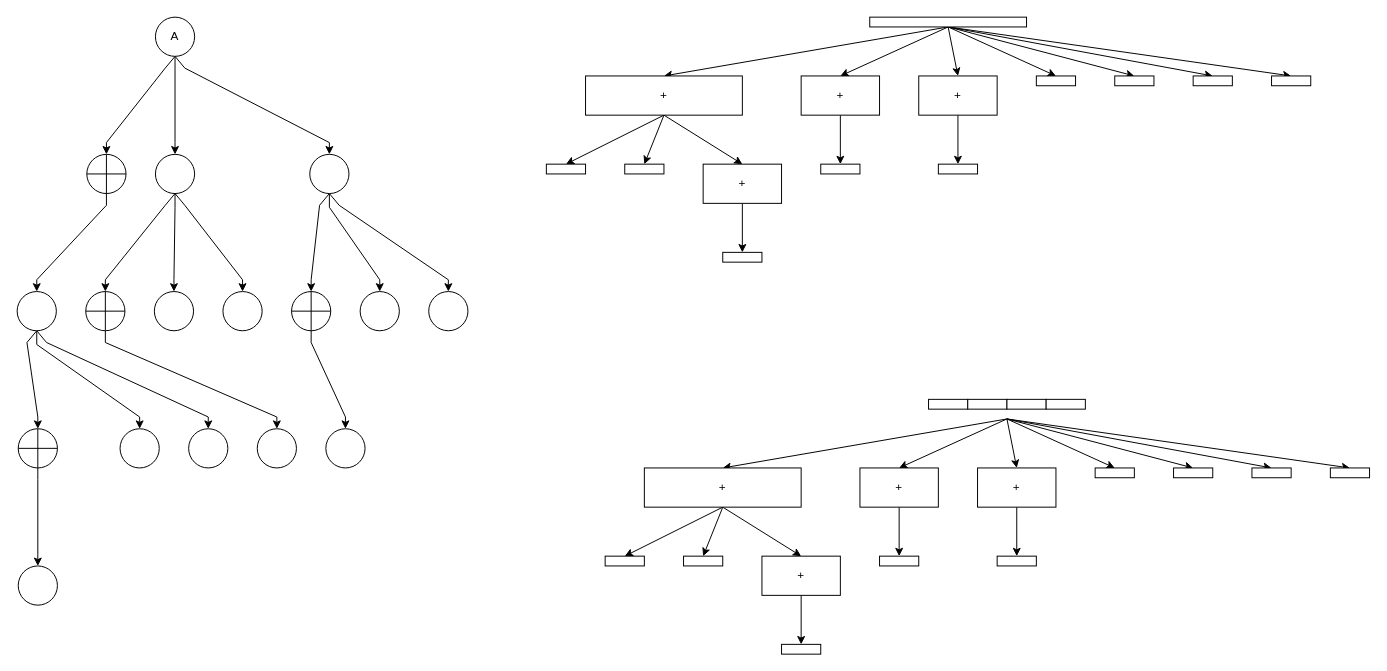
Before: page "前向优化1" (6 of 7) of karatsuba.drawio in RicardoNid/Drawio, a draw.io diagram. Source tidied: cells renumbered, new cells numbered last; positions are measured from the earlier drawing's top-left corner, leaving out a move shared by most shapes. Both pictures are drawn from the tidied source at 98%, with x=0, y=0 at pixel (17, 17).
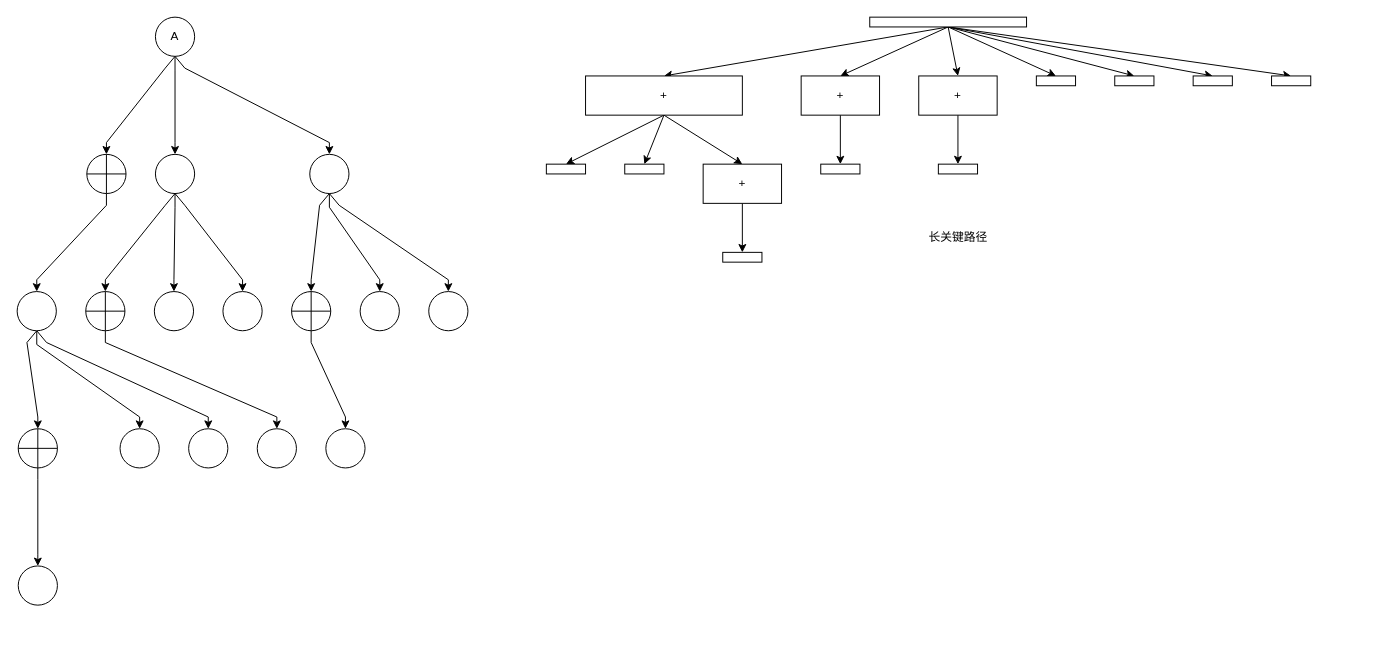
The same page after the edit.

Diff of the diagram source:
```diff
@@
     <mxCell id="56" style="rounded=0;whiteSpace=wrap;html=1;" parent="1" vertex="1">
-      <mxGeometry x="1200" y="60" width="40" height="10" as="geometry" />
+      <mxGeometry x="1280" y="60" width="40" height="10" as="geometry" />
     </mxCell>
@@
     <mxCell id="58" style="rounded=0;whiteSpace=wrap;html=1;" parent="1" vertex="1">
-      <mxGeometry x="1280" y="60" width="40" height="10" as="geometry" />
+      <mxGeometry x="1200" y="60" width="40" height="10" as="geometry" />
     </mxCell>
@@
-    <mxCell id="62" style="edgeStyle=orthogonalEdgeStyle;rounded=0;jettySize=auto;html=1;exitX=0.5;exitY=1;exitDx=0;exitDy=0;entryX=0.5;entryY=0;entryDx=0;entryDy=0;noEdgeStyle=1;orthogonal=1;" parent="1" edge="1" target="72">
-      <mxGeometry relative="1" as="geometry">
-        <mxPoint x="1010" y="410" as="sourcePoint" />
-      </mxGeometry>
-    </mxCell>
-    <mxCell id="63" style="edgeStyle=orthogonalEdgeStyle;rounded=0;jettySize=auto;html=1;exitX=0.5;exitY=1;exitDx=0;exitDy=0;entryX=0.5;entryY=0;entryDx=0;entryDy=0;noEdgeStyle=1;orthogonal=1;" parent="1" edge="1" target="74">
-      <mxGeometry relative="1" as="geometry">
-        <mxPoint x="1010" y="410" as="sourcePoint" />
-      </mxGeometry>
-    </mxCell>
-    <mxCell id="64" style="edgeStyle=orthogonalEdgeStyle;rounded=0;jettySize=auto;html=1;exitX=0.5;exitY=1;exitDx=0;exitDy=0;entryX=0.5;entryY=0;entryDx=0;entryDy=0;noEdgeStyle=1;orthogonal=1;" parent="1" edge="1" target="76">
-      <mxGeometry relative="1" as="geometry">
-        <mxPoint x="1010" y="410" as="sourcePoint" />
-      </mxGeometry>
-    </mxCell>
-    <mxCell id="65" style="edgeStyle=orthogonalEdgeStyle;rounded=0;jettySize=auto;html=1;exitX=0.5;exitY=1;exitDx=0;exitDy=0;entryX=0.5;entryY=0;entryDx=0;entryDy=0;noEdgeStyle=1;orthogonal=1;" parent="1" edge="1" target="77">
-      <mxGeometry relative="1" as="geometry">
-        <mxPoint x="1010" y="410" as="sourcePoint" />
-      </mxGeometry>
-    </mxCell>
-    <mxCell id="66" style="edgeStyle=orthogonalEdgeStyle;rounded=0;jettySize=auto;html=1;exitX=0.5;exitY=1;exitDx=0;exitDy=0;entryX=0.5;entryY=0;entryDx=0;entryDy=0;noEdgeStyle=1;orthogonal=1;" parent="1" edge="1" target="78">
-      <mxGeometry relative="1" as="geometry">
-        <mxPoint x="1010" y="410" as="sourcePoint" />
-      </mxGeometry>
-    </mxCell>
-    <mxCell id="67" style="edgeStyle=orthogonalEdgeStyle;rounded=0;jettySize=auto;html=1;exitX=0.5;exitY=1;exitDx=0;exitDy=0;entryX=0.5;entryY=0;entryDx=0;entryDy=0;noEdgeStyle=1;orthogonal=1;" parent="1" edge="1" target="84">
-      <mxGeometry relative="1" as="geometry">
-        <mxPoint x="1010" y="410" as="sourcePoint" />
-      </mxGeometry>
-    </mxCell>
-    <mxCell id="68" style="edgeStyle=orthogonalEdgeStyle;rounded=0;jettySize=auto;html=1;exitX=0.5;exitY=1;exitDx=0;exitDy=0;entryX=0.5;entryY=0;entryDx=0;entryDy=0;noEdgeStyle=1;orthogonal=1;" parent="1" edge="1" target="82">
-      <mxGeometry relative="1" as="geometry">
-        <mxPoint x="1010" y="410" as="sourcePoint" />
-      </mxGeometry>
-    </mxCell>
-    <mxCell id="69" style="edgeStyle=orthogonalEdgeStyle;rounded=0;jettySize=auto;html=1;exitX=0.5;exitY=1;exitDx=0;exitDy=0;entryX=0.5;entryY=0;entryDx=0;entryDy=0;noEdgeStyle=1;orthogonal=1;" parent="1" edge="1" source="72" target="80">
-      <mxGeometry relative="1" as="geometry" />
-    </mxCell>
-    <mxCell id="70" style="edgeStyle=orthogonalEdgeStyle;rounded=0;jettySize=auto;html=1;exitX=0.5;exitY=1;exitDx=0;exitDy=0;entryX=0.5;entryY=0;entryDx=0;entryDy=0;noEdgeStyle=1;orthogonal=1;" parent="1" edge="1" source="72" target="81">
-      <mxGeometry relative="1" as="geometry" />
-    </mxCell>
-    <mxCell id="71" style="edgeStyle=orthogonalEdgeStyle;rounded=0;jettySize=auto;html=1;exitX=0.5;exitY=1;exitDx=0;exitDy=0;entryX=0.5;entryY=0;entryDx=0;entryDy=0;noEdgeStyle=1;orthogonal=1;" parent="1" edge="1" source="72" target="86">
-      <mxGeometry relative="1" as="geometry" />
-    </mxCell>
-    <mxCell id="72" value="+" style="rounded=0;whiteSpace=wrap;html=1;" parent="1" vertex="1">
-      <mxGeometry x="640" y="460" width="160" height="40" as="geometry" />
-    </mxCell>
-    <mxCell id="73" style="edgeStyle=orthogonalEdgeStyle;rounded=0;jettySize=auto;html=1;exitX=0.5;exitY=1;exitDx=0;exitDy=0;entryX=0.5;entryY=0;entryDx=0;entryDy=0;noEdgeStyle=1;orthogonal=1;" parent="1" edge="1" source="74" target="79">
-      <mxGeometry relative="1" as="geometry" />
-    </mxCell>
-    <mxCell id="74" value="+" style="rounded=0;whiteSpace=wrap;html=1;" parent="1" vertex="1">
-      <mxGeometry x="860" y="460" width="80" height="40" as="geometry" />
-    </mxCell>
-    <mxCell id="75" style="edgeStyle=orthogonalEdgeStyle;rounded=0;jettySize=auto;html=1;exitX=0.5;exitY=1;exitDx=0;exitDy=0;entryX=0.5;entryY=0;entryDx=0;entryDy=0;noEdgeStyle=1;orthogonal=1;" parent="1" edge="1" source="76" target="83">
-      <mxGeometry relative="1" as="geometry" />
-    </mxCell>
-    <mxCell id="76" value="+" style="rounded=0;whiteSpace=wrap;html=1;" parent="1" vertex="1">
-      <mxGeometry x="980" y="460" width="80" height="40" as="geometry" />
-    </mxCell>
-    <mxCell id="77" style="rounded=0;whiteSpace=wrap;html=1;" parent="1" vertex="1">
-      <mxGeometry x="1100" y="460" width="40" height="10" as="geometry" />
-    </mxCell>
-    <mxCell id="78" style="rounded=0;whiteSpace=wrap;html=1;" parent="1" vertex="1">
-      <mxGeometry x="1180" y="460" width="40" height="10" as="geometry" />
-    </mxCell>
-    <mxCell id="79" style="rounded=0;whiteSpace=wrap;html=1;" parent="1" vertex="1">
-      <mxGeometry x="880" y="550" width="40" height="10" as="geometry" />
-    </mxCell>
-    <mxCell id="80" style="rounded=0;whiteSpace=wrap;html=1;" parent="1" vertex="1">
-      <mxGeometry x="600" y="550" width="40" height="10" as="geometry" />
-    </mxCell>
-    <mxCell id="81" style="rounded=0;whiteSpace=wrap;html=1;" parent="1" vertex="1">
-      <mxGeometry x="680" y="550" width="40" height="10" as="geometry" />
-    </mxCell>
-    <mxCell id="82" style="rounded=0;whiteSpace=wrap;html=1;" parent="1" vertex="1">
-      <mxGeometry x="1260" y="460" width="40" height="10" as="geometry" />
-    </mxCell>
-    <mxCell id="83" style="rounded=0;whiteSpace=wrap;html=1;" parent="1" vertex="1">
-      <mxGeometry x="1000" y="550" width="40" height="10" as="geometry" />
-    </mxCell>
-    <mxCell id="84" style="rounded=0;whiteSpace=wrap;html=1;" parent="1" vertex="1">
-      <mxGeometry x="1340" y="460" width="40" height="10" as="geometry" />
-    </mxCell>
-    <mxCell id="85" style="edgeStyle=orthogonalEdgeStyle;rounded=0;jettySize=auto;html=1;exitX=0.5;exitY=1;exitDx=0;exitDy=0;entryX=0.5;entryY=0;entryDx=0;entryDy=0;noEdgeStyle=1;orthogonal=1;" parent="1" edge="1" source="86" target="87">
-      <mxGeometry relative="1" as="geometry" />
-    </mxCell>
-    <mxCell id="86" value="+" style="rounded=0;whiteSpace=wrap;html=1;" parent="1" vertex="1">
-      <mxGeometry x="760" y="550" width="80" height="40" as="geometry" />
-    </mxCell>
-    <mxCell id="87" style="rounded=0;whiteSpace=wrap;html=1;" parent="1" vertex="1">
-      <mxGeometry x="780" y="640" width="40" height="10" as="geometry" />
-    </mxCell>
-    <mxCell id="88" style="rounded=0;whiteSpace=wrap;html=1;" parent="1" vertex="1">
-      <mxGeometry x="930" y="390" width="40" height="10" as="geometry" />
-    </mxCell>
-    <mxCell id="89" style="rounded=0;whiteSpace=wrap;html=1;" parent="1" vertex="1">
-      <mxGeometry x="970" y="390" width="40" height="10" as="geometry" />
-    </mxCell>
-    <mxCell id="90" style="rounded=0;whiteSpace=wrap;html=1;" parent="1" vertex="1">
-      <mxGeometry x="1010" y="390" width="40" height="10" as="geometry" />
-    </mxCell>
-    <mxCell id="91" style="rounded=0;whiteSpace=wrap;html=1;" parent="1" vertex="1">
-      <mxGeometry x="1050" y="390" width="40" height="10" as="geometry" />
-    </mxCell>
+    <mxCell id="92" value="长关键路径" style="text;html=1;align=center;verticalAlign=middle;strokeColor=none;fillColor=none;" parent="1" vertex="1">
+      <mxGeometry x="920" y="210" width="80" height="30" as="geometry" />
+    </mxCell>
```
